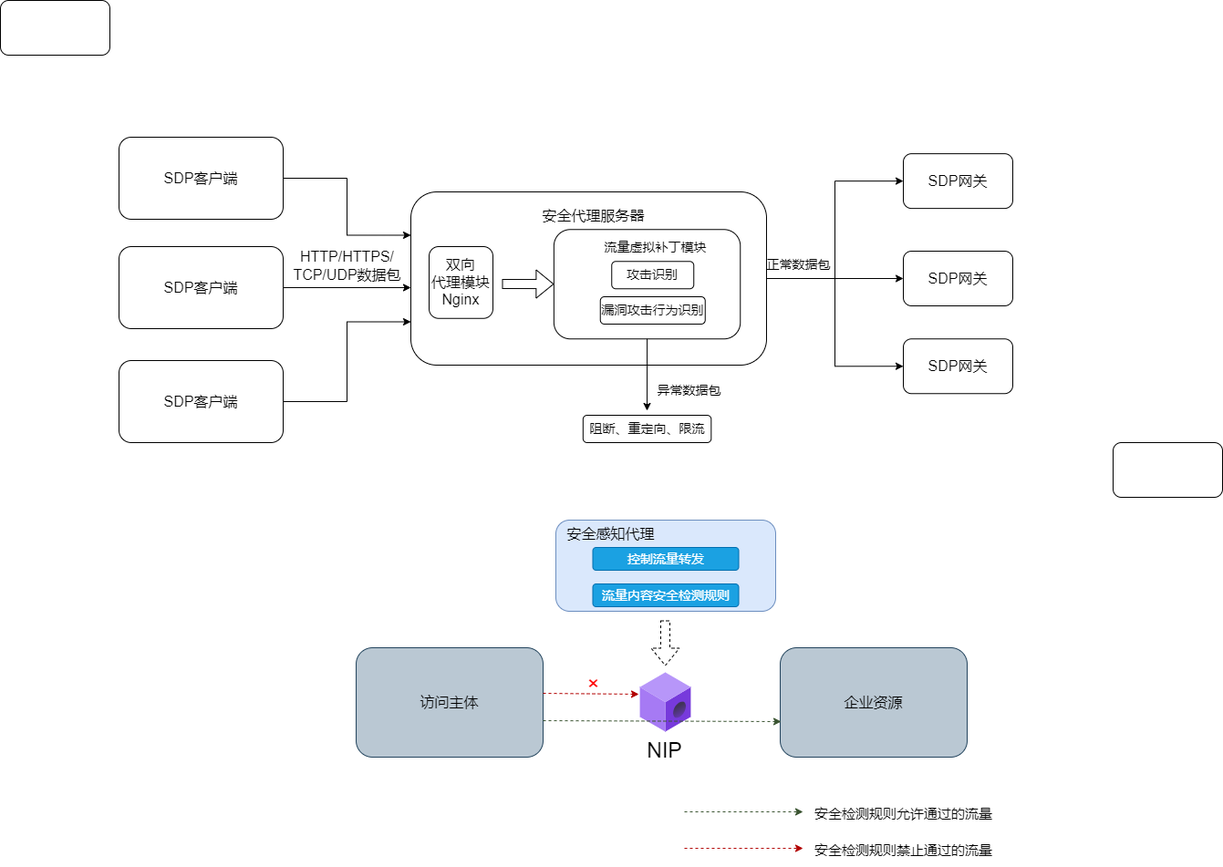
Earlier version of the draw.io export testDirectory/虚拟补丁.drawio.png (Moose1273/-). Source tidied: cells renumbered, new cells last; positions are measured from the earlier drawing's top-left corner, leaving out a move shared by most shapes.
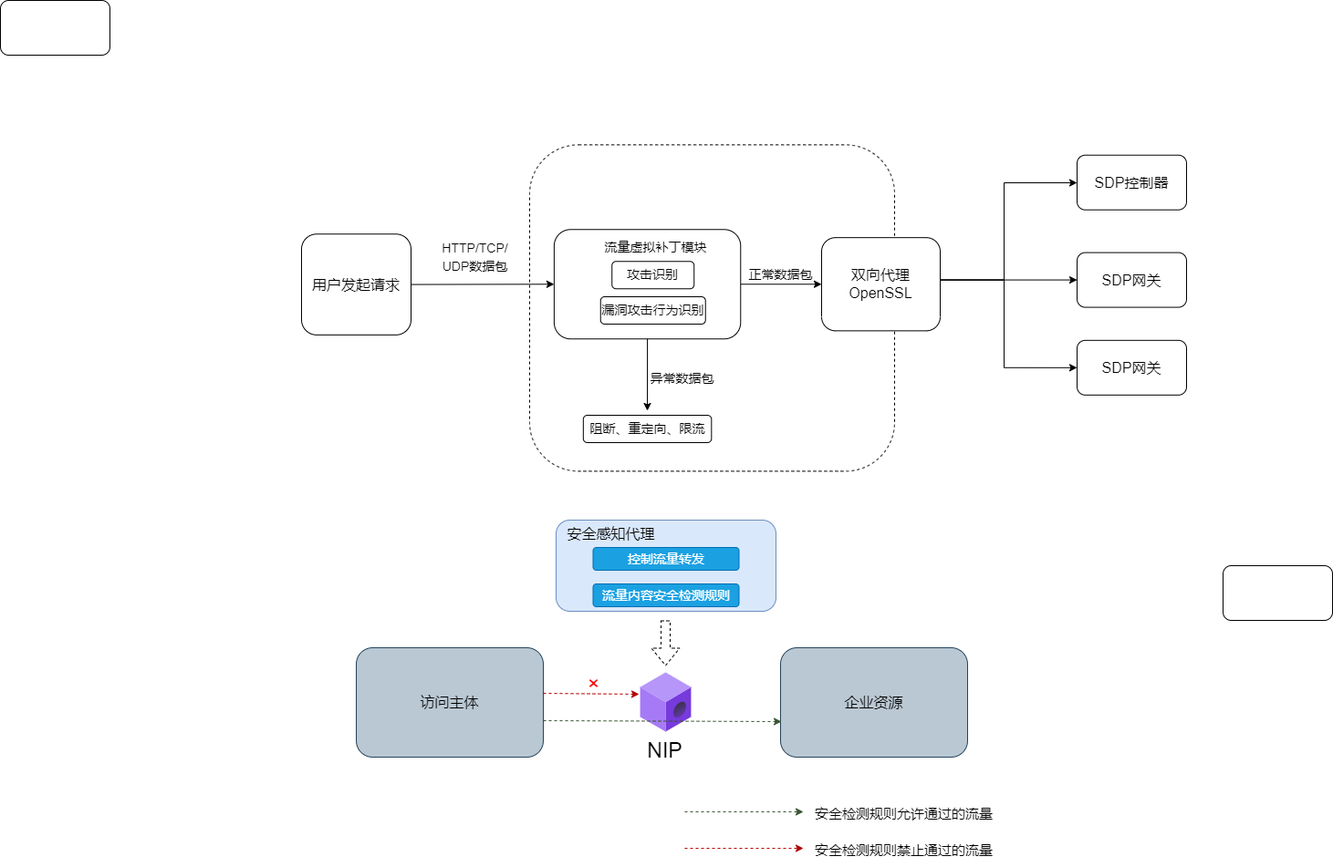
Above is the later version.

Commit message:
更新虚拟补丁.drawio.png

Diff of the diagram source:
```diff
@@ -2,35 +2,47 @@
   <root>
     <mxCell id="0" />
     <mxCell id="1" parent="0" />
+    <mxCell id="45" style="rounded=1;whiteSpace=wrap;html=1;dashed=1;" parent="1" vertex="1">
+      <mxGeometry x="580" y="158.4" width="400" height="358" as="geometry" />
+    </mxCell>
-    <mxCell id="2" style="edgeStyle=orthogonalEdgeStyle;rounded=0;jettySize=auto;html=1;exitX=1;exitY=0.5;exitDx=0;exitDy=0;fontSize=16;" parent="1" edge="1" source="5" target="36">
-      <mxGeometry relative="1" as="geometry" />
+    <mxCell id="2" style="edgeStyle=orthogonalEdgeStyle;rounded=0;jettySize=auto;html=1;exitX=1;exitY=0.5;exitDx=0;exitDy=0;fontSize=16;" parent="1" edge="1" target="36">
+      <mxGeometry relative="1" as="geometry">
+        <mxPoint x="1030" y="306.6" as="sourcePoint" />
+        <Array as="points">
+          <mxPoint x="1100" y="307" />
+          <mxPoint x="1100" y="200" />
+        </Array>
+      </mxGeometry>
     </mxCell>
-    <mxCell id="3" style="edgeStyle=orthogonalEdgeStyle;rounded=0;jettySize=auto;html=1;exitX=1;exitY=0.5;exitDx=0;exitDy=0;entryX=0;entryY=0.5;entryDx=0;entryDy=0;fontSize=16;" parent="1" edge="1" source="5" target="41">
-      <mxGeometry relative="1" as="geometry" />
+    <mxCell id="3" style="edgeStyle=orthogonalEdgeStyle;rounded=0;jettySize=auto;html=1;exitX=1;exitY=0.5;exitDx=0;exitDy=0;entryX=0;entryY=0.5;entryDx=0;entryDy=0;fontSize=16;" parent="1" edge="1" target="41">
+      <mxGeometry relative="1" as="geometry">
+        <mxPoint x="1030" y="306.6" as="sourcePoint" />
+      </mxGeometry>
     </mxCell>
-    <mxCell id="4" style="edgeStyle=orthogonalEdgeStyle;rounded=0;jettySize=auto;html=1;exitX=1;exitY=0.5;exitDx=0;exitDy=0;entryX=0;entryY=0.5;entryDx=0;entryDy=0;fontSize=16;" parent="1" edge="1" source="5" target="42">
-      <mxGeometry relative="1" as="geometry" />
+    <mxCell id="4" style="edgeStyle=orthogonalEdgeStyle;rounded=0;jettySize=auto;html=1;exitX=1;exitY=0.5;exitDx=0;exitDy=0;entryX=0;entryY=0.5;entryDx=0;entryDy=0;fontSize=16;" parent="1" edge="1" target="42">
+      <mxGeometry relative="1" as="geometry">
+        <mxPoint x="1030" y="306.6" as="sourcePoint" />
+        <Array as="points">
+          <mxPoint x="1100" y="307" />
+          <mxPoint x="1100" y="403" />
+        </Array>
+      </mxGeometry>
     </mxCell>
-    <mxCell id="5" style="rounded=1;whiteSpace=wrap;html=1;" parent="1" vertex="1">
-      <mxGeometry x="450" y="210" width="390" height="190" as="geometry" />
-    </mxCell>
-    <mxCell id="6" value="&lt;font style=&quot;font-size: 16px;&quot;&gt;双向&lt;br style=&quot;border-color: var(--border-color);&quot;&gt;代理模块&lt;br&gt;Nginx&lt;br&gt;&lt;/font&gt;" style="rounded=1;whiteSpace=wrap;html=1;rotation=0;direction=north;" parent="1" vertex="1">
-      <mxGeometry x="470" y="270" width="70" height="78.8" as="geometry" />
+    <mxCell id="6" value="&lt;font style=&quot;font-size: 16px;&quot;&gt;双向代理&lt;br&gt;OpenSSL&lt;br&gt;&lt;/font&gt;" style="rounded=1;whiteSpace=wrap;html=1;rotation=0;direction=north;" parent="1" vertex="1">
+      <mxGeometry x="900" y="260.2" width="130" height="102.2" as="geometry" />
     </mxCell>
+    <mxCell id="46" style="edgeStyle=orthogonalEdgeStyle;rounded=0;jettySize=auto;html=1;exitX=0.5;exitY=0;exitDx=0;exitDy=0;entryX=0.5;entryY=0;entryDx=0;entryDy=0;" parent="1" edge="1" source="7" target="6">
+      <mxGeometry relative="1" as="geometry" />
+    </mxCell>
     <mxCell id="7" style="rounded=1;whiteSpace=wrap;html=1;rotation=90;" parent="1" vertex="1">
       <mxGeometry x="649.1" y="209.1" width="120" height="204.4" as="geometry" />
     </mxCell>
-    <mxCell id="8" value="&lt;font style=&quot;font-size: 16px;&quot;&gt;SDP客户端&lt;/font&gt;" style="rounded=1;whiteSpace=wrap;html=1;" parent="1" vertex="1">
-      <mxGeometry x="130" y="270" width="180" height="90" as="geometry" />
+    <mxCell id="8" value="&lt;font style=&quot;font-size: 16px;&quot;&gt;用户发起请求&lt;/font&gt;" style="rounded=1;whiteSpace=wrap;html=1;" parent="1" vertex="1">
+      <mxGeometry x="330" y="256.3" width="120" height="110.6" as="geometry" />
     </mxCell>
-    <mxCell id="9" value="HTTP/HTTPS/&lt;br&gt;TCP/UDP数据包" style="text;html=1;align=center;verticalAlign=middle;strokeColor=none;fillColor=none;fontSize=16;" parent="1" vertex="1">
-      <mxGeometry x="310" y="266.3" width="140" height="50" as="geometry" />
+    <mxCell id="9" value="&lt;font style=&quot;font-size: 14px;&quot;&gt;HTTP/TCP/&lt;br&gt;UDP数据包&lt;/font&gt;" style="text;html=1;align=center;verticalAlign=middle;strokeColor=none;fillColor=none;fontSize=16;" parent="1" vertex="1">
+      <mxGeometry x="470" y="256.3" width="100" height="50" as="geometry" />
     </mxCell>
-    <mxCell id="10" style="shape=flexArrow;endArrow=classic;html=1;rounded=0;fontSize=16;" parent="1" edge="1" target="7">
-      <mxGeometry relative="1" as="geometry">
-        <mxPoint x="550" y="311" as="sourcePoint" />
-      </mxGeometry>
-    </mxCell>
     <mxCell id="11" value="攻击识别" style="rounded=1;whiteSpace=wrap;html=1;fontSize=14;" parent="1" vertex="1">
       <mxGeometry x="670.2" y="286.3" width="90" height="30" as="geometry" />
     </mxCell>
@@ -42,14 +54,11 @@
         <mxPoint x="709" y="450" as="targetPoint" />
       </mxGeometry>
     </mxCell>
-    <mxCell id="14" value="&lt;span style=&quot;font-size: 16px;&quot;&gt;安全代理服务器&lt;/span&gt;" style="text;html=1;align=center;verticalAlign=middle;strokeColor=none;fillColor=none;fontSize=14;" parent="1" vertex="1">
-      <mxGeometry x="580" y="221.2" width="140" height="30" as="geometry" />
-    </mxCell>
     <mxCell id="15" value="阻断、重定向、限流" style="rounded=1;whiteSpace=wrap;html=1;fontSize=14;" parent="1" vertex="1">
       <mxGeometry x="638.8" y="455" width="140.5" height="30" as="geometry" />
     </mxCell>
     <mxCell id="16" value="正常数据包" style="text;html=1;align=center;verticalAlign=middle;strokeColor=none;fillColor=none;fontSize=14;" parent="1" vertex="1">
-      <mxGeometry x="830" y="275" width="90" height="30" as="geometry" />
+      <mxGeometry x="810" y="286.3" width="90" height="30" as="geometry" />
     </mxCell>
     <mxCell id="17" value="流量虚拟补丁模块" style="text;html=1;align=center;verticalAlign=middle;strokeColor=none;fillColor=none;fontSize=14;" parent="1" vertex="1">
       <mxGeometry x="647.8" y="256.3" width="140" height="30" as="geometry" />
@@ -117,39 +126,25 @@
       <mxGeometry x="880" y="910" width="220" height="40" as="geometry" />
     </mxCell>
     <mxCell id="34" value="异常数据包" style="text;html=1;align=center;verticalAlign=middle;strokeColor=none;fillColor=none;fontSize=14;" parent="1" vertex="1">
-      <mxGeometry x="710" y="413.5" width="90" height="30" as="geometry" />
+      <mxGeometry x="701.5" y="400" width="90" height="30" as="geometry" />
     </mxCell>
     <mxCell id="35" style="rounded=1;whiteSpace=wrap;html=1;fontSize=16;" parent="1" vertex="1">
       <mxGeometry width="120" height="60" as="geometry" />
     </mxCell>
-    <mxCell id="36" value="SDP网关" style="rounded=1;whiteSpace=wrap;html=1;fontSize=16;" parent="1" vertex="1">
-      <mxGeometry x="990" y="168.1" width="120" height="60" as="geometry" />
+    <mxCell id="36" value="SDP控制器" style="rounded=1;whiteSpace=wrap;html=1;fontSize=16;" parent="1" vertex="1">
+      <mxGeometry x="1180" y="169.7" width="120" height="60" as="geometry" />
     </mxCell>
-    <mxCell id="37" style="edgeStyle=orthogonalEdgeStyle;rounded=0;jettySize=auto;html=1;exitX=1;exitY=0.5;exitDx=0;exitDy=0;entryX=0;entryY=0.75;entryDx=0;entryDy=0;fontSize=16;" parent="1" edge="1" source="38" target="5">
-      <mxGeometry relative="1" as="geometry" />
-    </mxCell>
-    <mxCell id="38" value="&lt;font style=&quot;font-size: 16px;&quot;&gt;SDP客户端&lt;/font&gt;" style="rounded=1;whiteSpace=wrap;html=1;" parent="1" vertex="1">
-      <mxGeometry x="130" y="395" width="180" height="90" as="geometry" />
-    </mxCell>
-    <mxCell id="39" style="edgeStyle=orthogonalEdgeStyle;rounded=0;jettySize=auto;html=1;exitX=1;exitY=0.5;exitDx=0;exitDy=0;fontSize=16;entryX=0;entryY=0.25;entryDx=0;entryDy=0;" parent="1" edge="1" source="40" target="5">
-      <mxGeometry relative="1" as="geometry" />
-    </mxCell>
-    <mxCell id="40" value="&lt;font style=&quot;font-size: 16px;&quot;&gt;SDP客户端&lt;/font&gt;" style="rounded=1;whiteSpace=wrap;html=1;" parent="1" vertex="1">
-      <mxGeometry x="130" y="150" width="180" height="90" as="geometry" />
-    </mxCell>
     <mxCell id="41" value="SDP网关" style="rounded=1;whiteSpace=wrap;html=1;fontSize=16;" parent="1" vertex="1">
-      <mxGeometry x="990" y="275" width="120" height="60" as="geometry" />
+      <mxGeometry x="1180" y="276.6" width="120" height="60" as="geometry" />
     </mxCell>
     <mxCell id="42" value="SDP网关" style="rounded=1;whiteSpace=wrap;html=1;fontSize=16;" parent="1" vertex="1">
-      <mxGeometry x="990" y="371.2" width="120" height="60" as="geometry" />
+      <mxGeometry x="1180" y="372.8" width="120" height="60" as="geometry" />
     </mxCell>
     <mxCell id="43" style="rounded=1;whiteSpace=wrap;html=1;fontSize=16;" parent="1" vertex="1">
-      <mxGeometry x="1220" y="485" width="120" height="60" as="geometry" />
+      <mxGeometry x="1340" y="620" width="120" height="60" as="geometry" />
     </mxCell>
-    <mxCell id="44" style="endArrow=classic;html=1;rounded=0;fontSize=16;exitX=1;exitY=0.5;exitDx=0;exitDy=0;" parent="1" edge="1" source="8">
-      <mxGeometry relative="1" as="geometry">
-        <mxPoint x="450" y="315" as="targetPoint" />
-      </mxGeometry>
+    <mxCell id="44" style="endArrow=classic;html=1;rounded=0;fontSize=16;exitX=1;exitY=0.5;exitDx=0;exitDy=0;entryX=0.5;entryY=1;entryDx=0;entryDy=0;" parent="1" edge="1" source="8" target="7">
+      <mxGeometry relative="1" as="geometry" />
     </mxCell>
   </root>
 </mxGraphModel>
```
